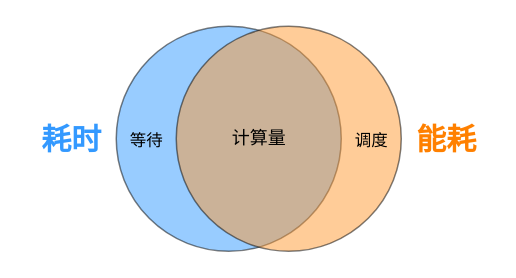
Above: mobile_game_power_presentation.drawio in donaldwuid/donaldwuid.github.io (draw.io), before the change. Source tidied: cells renumbered, new cells numbered last; positions are measured from the earlier drawing's top-left corner, leaving out a move shared by most shapes. Both pictures are drawn from the tidied source at 150%, with x=0, y=0 at pixel (26, 26).
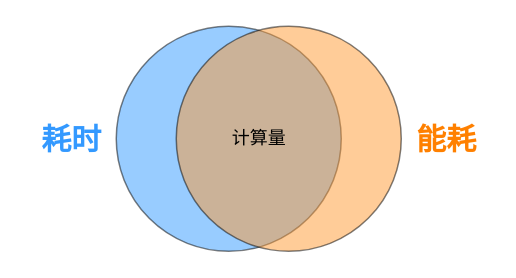
Above is the later version.

Change to the diagram source:
```diff
@@
 <mxGraphModel>
   <root>
     <mxCell id="0" />
     <mxCell id="1" parent="0" />
     <mxCell id="2" style="ellipse;whiteSpace=wrap;html=1;fillColor=#3399FF;opacity=50;" parent="1" vertex="1">
       <mxGeometry x="60" width="150" height="150" as="geometry" />
     </mxCell>
     <mxCell id="3" style="ellipse;whiteSpace=wrap;html=1;fillColor=#FF9933;opacity=50;gradientColor=none;" parent="1" vertex="1">
       <mxGeometry x="100" width="150" height="150" as="geometry" />
     </mxCell>
     <mxCell id="4" value="计算量" style="text;html=1;align=center;verticalAlign=middle;fillColor=none;strokeColor=none;rounded=0;" parent="1" vertex="1">
       <mxGeometry x="130" y="65" width="50" height="20" as="geometry" />
     </mxCell>
-    <mxCell id="5" value="&lt;font style=&quot;font-size: 11px&quot;&gt;等待&lt;/font&gt;" style="text;html=1;align=center;verticalAlign=middle;fillColor=none;strokeColor=none;rounded=0;fontSize=13;" parent="1" vertex="1">
-      <mxGeometry x="60" y="65" width="40" height="20" as="geometry" />
-    </mxCell>
-    <mxCell id="6" value="&lt;font style=&quot;font-size: 11px&quot;&gt;调度&lt;/font&gt;" style="text;html=1;align=center;verticalAlign=middle;fillColor=none;strokeColor=none;rounded=0;fontSize=13;" parent="1" vertex="1">
-      <mxGeometry x="210" y="65" width="40" height="20" as="geometry" />
-    </mxCell>
     <mxCell id="7" value="耗时" style="text;html=1;align=center;verticalAlign=middle;fillColor=none;strokeColor=none;rounded=0;fontSize=20;opacity=50;fontColor=#3399FF;fontStyle=1;" parent="1" vertex="1">
       <mxGeometry y="60" width="60" height="30" as="geometry" />
     </mxCell>
     <mxCell id="8" value="能耗" style="text;html=1;align=center;verticalAlign=middle;fillColor=none;strokeColor=none;rounded=0;fontSize=20;opacity=50;fontColor=#FF8000;fontStyle=1;" parent="1" vertex="1">
       <mxGeometry x="250" y="60" width="60" height="30" as="geometry" />
     </mxCell>
   </root>
 </mxGraphModel>
```
